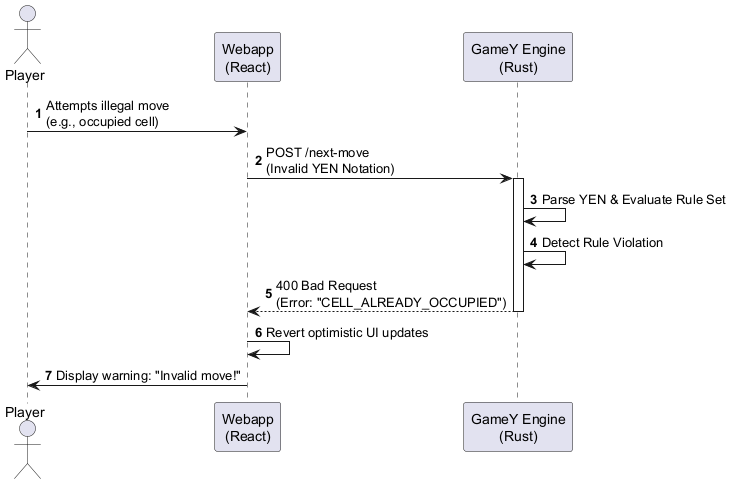
Arquisoft/yovi_en1a keeps this PlantUML diagram as images/invalid-move.png. Above is the earlier version. Source of this version:
```plantuml
@startuml
autonumber
actor "Player" as User
participant "Webapp\n(React)" as UI
participant "GameY Engine\n(Rust)" as Rust

User -> UI : Attempts illegal move\n(e.g., occupied cell)
UI -> Rust : POST /next-move \n(Invalid YEN Notation)
activate Rust

Rust -> Rust : Parse YEN & Evaluate Rule Set
Rust -> Rust : Detect Rule Violation

Rust --> UI : 400 Bad Request \n(Error: "CELL_ALREADY_OCCUPIED")
deactivate Rust

UI -> UI : Revert optimistic UI updates
UI -> User : Display warning: "Invalid move!"
@enduml
```
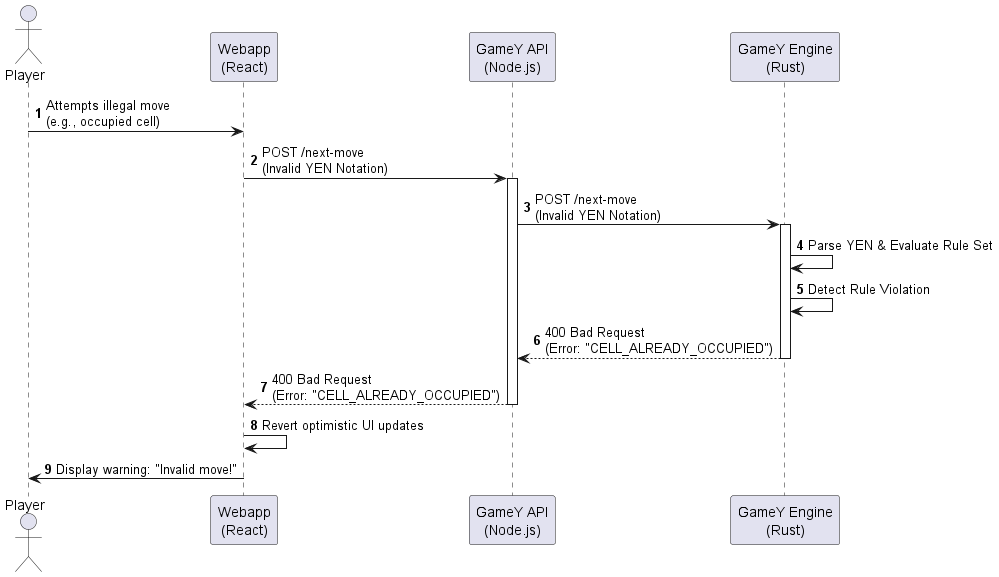
After the change.

What changed in the source:
```diff
@@ -2,17 +2,22 @@
 autonumber
 actor "Player" as User
 participant "Webapp\n(React)" as UI
+participant "GameY API\n(Node.js)" as API
 participant "GameY Engine\n(Rust)" as Rust
 
 User -> UI : Attempts illegal move\n(e.g., occupied cell)
-UI -> Rust : POST /next-move \n(Invalid YEN Notation)
+UI -> API : POST /next-move \n(Invalid YEN Notation)
+activate API
+API -> Rust : POST /next-move \n(Invalid YEN Notation)
 activate Rust
 
 Rust -> Rust : Parse YEN & Evaluate Rule Set
 Rust -> Rust : Detect Rule Violation
 
-Rust --> UI : 400 Bad Request \n(Error: "CELL_ALREADY_OCCUPIED")
+Rust --> API : 400 Bad Request \n(Error: "CELL_ALREADY_OCCUPIED")
 deactivate Rust
+API --> UI : 400 Bad Request \n(Error: "CELL_ALREADY_OCCUPIED")
+deactivate API
 
 UI -> UI : Revert optimistic UI updates
 UI -> User : Display warning: "Invalid move!"
```
